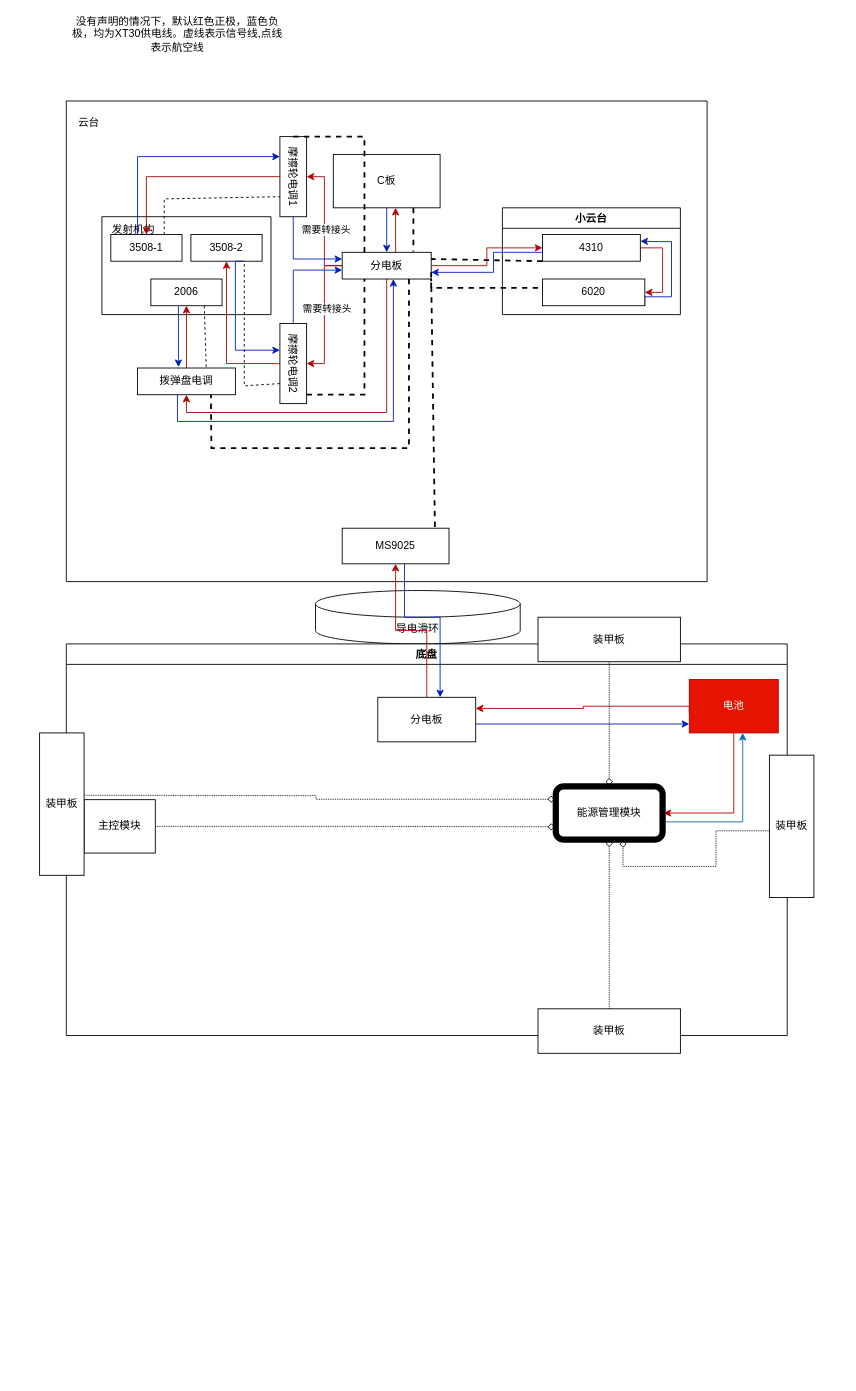
This is 步兵接线图.drawio from moment-NEW/HDU_basic_framework, a draw.io file, before an edit. Source tidied: cells renumbered, new cells numbered last; positions are measured from the earlier drawing's top-left corner, leaving out a move shared by most shapes. Both pictures are drawn from the tidied source at 89%, with x=0, y=0 at pixel (39, 20).
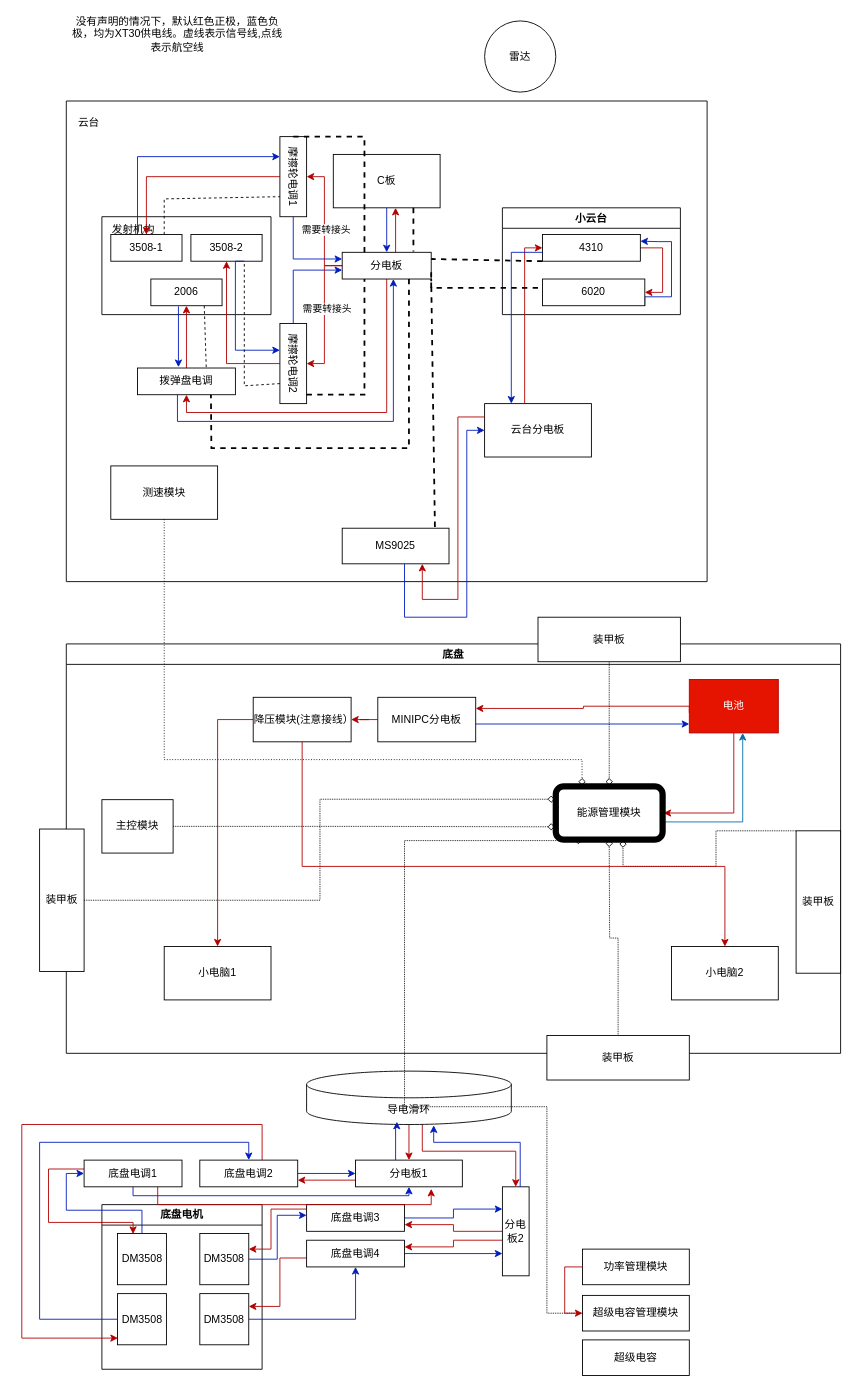
The same page after the edit.

Commit message (it also covers changes not shown here):
更新步兵接线图.drawio

The change refers to these unchanged cells:
```xml
<mxCell id="3" style="swimlane;startSize=0;" parent="1" vertex="1">
  <mxGeometry x="30" y="90" width="720" height="540" as="geometry" />
</mxCell>
<mxCell id="13" value="4310" style="whiteSpace=wrap;html=1;" parent="11" vertex="1">
  <mxGeometry x="45" y="30" width="110" height="30" as="geometry" />
</mxCell>
<mxCell id="31" value="MS9025" style="whiteSpace=wrap;html=1;" parent="3" vertex="1">
  <mxGeometry x="310" y="480" width="120" height="40" as="geometry" />
</mxCell>
<mxCell id="39" value="分电板" style="whiteSpace=wrap;html=1;" parent="1" vertex="1">
  <mxGeometry x="340" y="260" width="100" height="30" as="geometry" />
</mxCell>
<mxCell id="56" value="能源管理模块" style="rounded=1;whiteSpace=wrap;html=1;glass=0;strokeWidth=7;perimeterSpacing=1;" parent="49" vertex="1">
  <mxGeometry x="550" y="160" width="120" height="60" as="geometry" />
</mxCell>
```

The edit, as a diff of the source:
```diff
@@
+    <mxCell id="70" style="edgeStyle=orthogonalEdgeStyle;rounded=0;jettySize=auto;html=1;entryX=0.5;entryY=0;entryDx=0;entryDy=0;fillColor=#e51400;strokeColor=#B20000;" parent="1" edge="1" source="2" target="107">
+      <mxGeometry relative="1" as="geometry" />
+    </mxCell>
+    <mxCell id="71" style="edgeStyle=orthogonalEdgeStyle;rounded=0;jettySize=auto;html=1;fillColor=#e51400;strokeColor=#B20000;" parent="1" edge="1" source="2" target="102">
+      <mxGeometry relative="1" as="geometry">
+        <Array as="points">
+          <mxPoint x="430" y="1270" />
+          <mxPoint x="535" y="1270" />
+        </Array>
+      </mxGeometry>
+    </mxCell>
     <mxCell id="2" value="导电滑环" style="shape=cylinder3;whiteSpace=wrap;html=1;boundedLbl=1;backgroundOutline=1;size=15;" parent="1" vertex="1">
-      <mxGeometry x="310" y="640" width="230" height="60" as="geometry" />
+      <mxGeometry x="300" y="1180" width="230" height="60" as="geometry" />
     </mxCell>
@@
+    <mxCell id="72" value="测速模块" style="whiteSpace=wrap;html=1;" parent="3" vertex="1">
+      <mxGeometry x="50" y="410" width="120" height="60" as="geometry" />
+    </mxCell>
+    <mxCell id="73" value="云台分电板" style="whiteSpace=wrap;html=1;" parent="3" vertex="1">
+      <mxGeometry x="470" y="340" width="120" height="60" as="geometry" />
+    </mxCell>
+    <mxCell id="36" style="edgeStyle=orthogonalEdgeStyle;rounded=0;jettySize=auto;html=1;entryX=0;entryY=0.5;entryDx=0;entryDy=0;fillColor=#e51400;strokeColor=#B20000;" parent="3" edge="1" target="13">
+      <mxGeometry relative="1" as="geometry">
+        <mxPoint x="515" y="340" as="sourcePoint" />
+        <Array as="points">
+          <mxPoint x="515" y="340" />
+          <mxPoint x="515" y="165" />
+        </Array>
+      </mxGeometry>
+    </mxCell>
+    <mxCell id="41" style="edgeStyle=orthogonalEdgeStyle;rounded=0;jettySize=auto;html=1;fillColor=#0050ef;strokeColor=#001DBC;" parent="3" edge="1" source="13">
+      <mxGeometry relative="1" as="geometry">
+        <mxPoint x="500" y="340" as="targetPoint" />
+        <Array as="points">
+          <mxPoint x="500" y="170" />
+        </Array>
+      </mxGeometry>
+    </mxCell>
+    <mxCell id="62" style="edgeStyle=orthogonalEdgeStyle;rounded=0;jettySize=auto;html=1;fillColor=#0050ef;strokeColor=#001DBC;entryX=0;entryY=0.5;entryDx=0;entryDy=0;" parent="3" edge="1" source="31" target="73">
+      <mxGeometry relative="1" as="geometry">
+        <Array as="points">
+          <mxPoint x="380" y="580" />
+          <mxPoint x="450" y="580" />
+          <mxPoint x="450" y="370" />
+        </Array>
+      </mxGeometry>
+    </mxCell>
+    <mxCell id="61" style="edgeStyle=orthogonalEdgeStyle;rounded=0;jettySize=auto;html=1;entryX=0.75;entryY=1;entryDx=0;entryDy=0;fillColor=#e51400;strokeColor=#B20000;exitX=0;exitY=0.25;exitDx=0;exitDy=0;" parent="3" edge="1" source="73" target="31">
+      <mxGeometry relative="1" as="geometry">
+        <Array as="points">
+          <mxPoint x="440" y="355" />
+          <mxPoint x="440" y="560" />
+          <mxPoint x="400" y="560" />
+        </Array>
+      </mxGeometry>
+    </mxCell>
@@
-    <mxCell id="36" style="edgeStyle=orthogonalEdgeStyle;rounded=0;jettySize=auto;html=1;entryX=0;entryY=0.5;entryDx=0;entryDy=0;fillColor=#e51400;strokeColor=#B20000;" parent="1" edge="1" source="39" target="13">
-      <mxGeometry relative="1" as="geometry" />
-    </mxCell>
@@
-    <mxCell id="41" style="edgeStyle=orthogonalEdgeStyle;rounded=0;jettySize=auto;html=1;entryX=1;entryY=0.75;entryDx=0;entryDy=0;fillColor=#0050ef;strokeColor=#001DBC;" parent="1" edge="1" source="13" target="39">
-      <mxGeometry relative="1" as="geometry">
-        <Array as="points">
-          <mxPoint x="510" y="260" />
-          <mxPoint x="510" y="283" />
-        </Array>
-      </mxGeometry>
-    </mxCell>
@@
     <mxCell id="49" value="底盘" style="swimlane;whiteSpace=wrap;html=1;" parent="1" vertex="1">
-      <mxGeometry x="30" y="700" width="810" height="440" as="geometry" />
+      <mxGeometry x="30" y="700" width="870" height="460" as="geometry" />
     </mxCell>
@@
+    <mxCell id="74" style="edgeStyle=orthogonalEdgeStyle;rounded=0;jettySize=auto;html=1;entryX=1;entryY=0.5;entryDx=0;entryDy=0;fillColor=#e51400;strokeColor=#B20000;" parent="49" edge="1" source="54" target="79">
+      <mxGeometry relative="1" as="geometry" />
+    </mxCell>
-    <mxCell id="54" value="分电板" style="whiteSpace=wrap;html=1;" parent="49" vertex="1">
+    <mxCell id="54" value="MINIPC分电板" style="whiteSpace=wrap;html=1;" parent="49" vertex="1">
       <mxGeometry x="350" y="60" width="110" height="50" as="geometry" />
     </mxCell>
@@
     <mxCell id="58" value="主控模块" style="rounded=0;whiteSpace=wrap;html=1;" parent="49" vertex="1">
-      <mxGeometry x="20" y="175" width="80" height="60" as="geometry" />
+      <mxGeometry x="40" y="175" width="80" height="60" as="geometry" />
     </mxCell>
@@
-    <mxCell id="60" value="装甲板" style="whiteSpace=wrap;html=1;" parent="49" vertex="1">
-      <mxGeometry x="530" y="410" width="160" height="50" as="geometry" />
-    </mxCell>
-    <mxCell id="61" style="edgeStyle=orthogonalEdgeStyle;rounded=0;jettySize=auto;html=1;entryX=0.5;entryY=1;entryDx=0;entryDy=0;fillColor=#e51400;strokeColor=#B20000;" parent="1" edge="1" source="54" target="31">
-      <mxGeometry relative="1" as="geometry" />
-    </mxCell>
-    <mxCell id="62" style="edgeStyle=orthogonalEdgeStyle;rounded=0;jettySize=auto;html=1;fillColor=#0050ef;strokeColor=#001DBC;" parent="1" edge="1" source="31">
-      <mxGeometry relative="1" as="geometry">
-        <mxPoint x="450" y="760" as="targetPoint" />
-        <Array as="points">
-          <mxPoint x="410" y="670" />
-          <mxPoint x="450" y="670" />
-        </Array>
-      </mxGeometry>
-    </mxCell>
+    <mxCell id="69" value="装甲板" style="whiteSpace=wrap;html=1;" parent="49" vertex="1">
+      <mxGeometry x="820" y="210" width="50" height="160" as="geometry" />
+    </mxCell>
+    <mxCell id="68" style="edgeStyle=orthogonalEdgeStyle;rounded=0;jettySize=auto;html=1;entryX=0.627;entryY=0.996;entryDx=0;entryDy=0;dashed=1;dashPattern=1 1;endArrow=diamond;endFill=0;entryPerimeter=0;" parent="49" edge="1" source="69" target="56">
+      <mxGeometry relative="1" as="geometry">
+        <Array as="points">
+          <mxPoint x="730" y="210" />
+          <mxPoint x="730" y="250" />
+          <mxPoint x="626" y="250" />
+        </Array>
+      </mxGeometry>
+    </mxCell>
+    <mxCell id="67" value="装甲板" style="whiteSpace=wrap;html=1;" parent="49" vertex="1">
+      <mxGeometry x="-30" y="208" width="50" height="160" as="geometry" />
+    </mxCell>
+    <mxCell id="64" style="edgeStyle=orthogonalEdgeStyle;rounded=0;jettySize=auto;html=1;entryX=0;entryY=0.25;entryDx=0;entryDy=0;endArrow=diamond;endFill=0;dashed=1;dashPattern=1 1;exitX=1;exitY=0.5;exitDx=0;exitDy=0;" parent="49" edge="1" source="67" target="56">
+      <mxGeometry relative="1" as="geometry" />
+    </mxCell>
+    <mxCell id="75" value="小电脑1" style="whiteSpace=wrap;html=1;" parent="49" vertex="1">
+      <mxGeometry x="110" y="340" width="120" height="60" as="geometry" />
+    </mxCell>
+    <mxCell id="76" value="小电脑2" style="whiteSpace=wrap;html=1;" parent="49" vertex="1">
+      <mxGeometry x="680" y="340" width="120" height="60" as="geometry" />
+    </mxCell>
+    <mxCell id="77" style="edgeStyle=orthogonalEdgeStyle;rounded=0;jettySize=auto;html=1;entryX=0.5;entryY=0;entryDx=0;entryDy=0;fillColor=#e51400;strokeColor=#B20000;" parent="49" edge="1" source="79" target="75">
+      <mxGeometry relative="1" as="geometry">
+        <Array as="points">
+          <mxPoint x="170" y="85" />
+        </Array>
+      </mxGeometry>
+    </mxCell>
+    <mxCell id="78" style="edgeStyle=orthogonalEdgeStyle;rounded=0;jettySize=auto;html=1;entryX=0.5;entryY=0;entryDx=0;entryDy=0;exitX=0.5;exitY=1;exitDx=0;exitDy=0;fillColor=#e51400;strokeColor=#B20000;" parent="49" edge="1" source="79" target="76">
+      <mxGeometry relative="1" as="geometry">
+        <Array as="points">
+          <mxPoint x="265" y="250" />
+          <mxPoint x="740" y="250" />
+        </Array>
+      </mxGeometry>
+    </mxCell>
+    <mxCell id="79" value="降压模块(注意接线）" style="whiteSpace=wrap;html=1;" parent="49" vertex="1">
+      <mxGeometry x="210" y="60" width="110" height="50" as="geometry" />
+    </mxCell>
@@
-    <mxCell id="64" style="edgeStyle=orthogonalEdgeStyle;rounded=0;jettySize=auto;html=1;entryX=0;entryY=0.25;entryDx=0;entryDy=0;endArrow=diamond;endFill=0;dashed=1;dashPattern=1 1;" parent="1" edge="1" target="56">
-      <mxGeometry relative="1" as="geometry">
-        <mxPoint x="40" y="870" as="sourcePoint" />
-      </mxGeometry>
-    </mxCell>
@@
-    <mxCell id="67" value="装甲板" style="whiteSpace=wrap;html=1;" parent="1" vertex="1">
-      <mxGeometry y="800" width="50" height="160" as="geometry" />
-    </mxCell>
-    <mxCell id="68" style="edgeStyle=orthogonalEdgeStyle;rounded=0;jettySize=auto;html=1;entryX=0.627;entryY=0.996;entryDx=0;entryDy=0;dashed=1;dashPattern=1 1;endArrow=diamond;endFill=0;entryPerimeter=0;" parent="1" edge="1" source="69" target="56">
-      <mxGeometry relative="1" as="geometry">
-        <Array as="points">
-          <mxPoint x="760" y="910" />
-          <mxPoint x="760" y="950" />
-          <mxPoint x="656" y="950" />
-        </Array>
-      </mxGeometry>
-    </mxCell>
-    <mxCell id="69" value="装甲板" style="whiteSpace=wrap;html=1;" parent="1" vertex="1">
-      <mxGeometry x="820" y="825" width="50" height="160" as="geometry" />
-    </mxCell>
+    <mxCell id="60" value="装甲板" style="whiteSpace=wrap;html=1;" parent="1" vertex="1">
+      <mxGeometry x="570" y="1140" width="160" height="50" as="geometry" />
+    </mxCell>
+    <mxCell id="80" value="底盘电机" style="swimlane;whiteSpace=wrap;html=1;" parent="1" vertex="1">
+      <mxGeometry x="70" y="1330" width="180" height="185" as="geometry" />
+    </mxCell>
+    <mxCell id="81" value="DM3508" style="whiteSpace=wrap;html=1;" parent="80" vertex="1">
+      <mxGeometry x="17.5" y="32.5" width="55" height="57.5" as="geometry" />
+    </mxCell>
+    <mxCell id="82" value="DM3508" style="whiteSpace=wrap;html=1;" parent="80" vertex="1">
+      <mxGeometry x="110" y="32.5" width="55" height="57.5" as="geometry" />
+    </mxCell>
+    <mxCell id="83" value="DM3508" style="whiteSpace=wrap;html=1;" parent="80" vertex="1">
+      <mxGeometry x="17.5" y="100" width="55" height="57.5" as="geometry" />
+    </mxCell>
+    <mxCell id="84" value="DM3508" style="whiteSpace=wrap;html=1;" parent="80" vertex="1">
+      <mxGeometry x="110" y="100" width="55" height="57.5" as="geometry" />
+    </mxCell>
+    <mxCell id="85" style="edgeStyle=orthogonalEdgeStyle;rounded=0;jettySize=auto;html=1;fillColor=#0050ef;strokeColor=#001DBC;" parent="1" edge="1" source="84" target="88">
+      <mxGeometry relative="1" as="geometry">
+        <Array as="points">
+          <mxPoint x="355" y="1459" />
+        </Array>
+      </mxGeometry>
+    </mxCell>
+    <mxCell id="86" style="edgeStyle=orthogonalEdgeStyle;rounded=0;jettySize=auto;html=1;entryX=0;entryY=0.75;entryDx=0;entryDy=0;fillColor=#0050ef;strokeColor=#001DBC;" parent="1" edge="1" source="88" target="102">
+      <mxGeometry relative="1" as="geometry" />
+    </mxCell>
+    <mxCell id="87" style="edgeStyle=orthogonalEdgeStyle;rounded=0;jettySize=auto;html=1;entryX=1;entryY=0.25;entryDx=0;entryDy=0;fillColor=#e51400;strokeColor=#B20000;" parent="1" edge="1" source="88" target="84">
+      <mxGeometry relative="1" as="geometry">
+        <Array as="points">
+          <mxPoint x="270" y="1390" />
+          <mxPoint x="270" y="1444" />
+        </Array>
+      </mxGeometry>
+    </mxCell>
+    <mxCell id="88" value="底盘电调4" style="whiteSpace=wrap;html=1;" parent="1" vertex="1">
+      <mxGeometry x="300" y="1370" width="110" height="30" as="geometry" />
+    </mxCell>
+    <mxCell id="89" style="edgeStyle=orthogonalEdgeStyle;rounded=0;jettySize=auto;html=1;entryX=0;entryY=0.25;entryDx=0;entryDy=0;fillColor=#0050ef;strokeColor=#001DBC;" parent="1" edge="1" source="91" target="102">
+      <mxGeometry relative="1" as="geometry" />
+    </mxCell>
+    <mxCell id="90" style="edgeStyle=orthogonalEdgeStyle;rounded=0;jettySize=auto;html=1;fillColor=#e51400;strokeColor=#B20000;exitX=0.073;exitY=0.104;exitDx=0;exitDy=0;exitPerimeter=0;" parent="1" edge="1" source="91">
+      <mxGeometry relative="1" as="geometry">
+        <mxPoint x="235" y="1380" as="targetPoint" />
+        <Array as="points">
+          <mxPoint x="300" y="1333" />
+          <mxPoint x="300" y="1335" />
+          <mxPoint x="260" y="1335" />
+          <mxPoint x="260" y="1380" />
+        </Array>
+      </mxGeometry>
+    </mxCell>
+    <mxCell id="91" value="底盘电调3" style="whiteSpace=wrap;html=1;" parent="1" vertex="1">
+      <mxGeometry x="300" y="1330" width="110" height="30" as="geometry" />
+    </mxCell>
+    <mxCell id="92" style="edgeStyle=orthogonalEdgeStyle;rounded=0;jettySize=auto;html=1;fillColor=#e51400;strokeColor=#B20000;" parent="1" edge="1" source="95">
+      <mxGeometry relative="1" as="geometry">
+        <mxPoint x="105" y="1363" as="targetPoint" />
+        <Array as="points">
+          <mxPoint x="10" y="1290" />
+          <mxPoint x="10" y="1350" />
+          <mxPoint x="105" y="1350" />
+          <mxPoint x="105" y="1363" />
+        </Array>
+      </mxGeometry>
+    </mxCell>
+    <mxCell id="93" style="edgeStyle=orthogonalEdgeStyle;rounded=0;jettySize=auto;html=1;entryX=0.5;entryY=1;entryDx=0;entryDy=0;exitX=0.5;exitY=1;exitDx=0;exitDy=0;fillColor=#0050ef;strokeColor=#001DBC;" parent="1" edge="1" source="95" target="107">
+      <mxGeometry relative="1" as="geometry">
+        <Array as="points">
+          <mxPoint x="105" y="1320" />
+          <mxPoint x="415" y="1320" />
+        </Array>
+      </mxGeometry>
+    </mxCell>
+    <mxCell id="94" style="edgeStyle=orthogonalEdgeStyle;rounded=0;orthogonalLoop=1;jettySize=auto;html=1;entryX=0.707;entryY=1.076;entryDx=0;entryDy=0;exitX=0.75;exitY=1;exitDx=0;exitDy=0;entryPerimeter=0;fillColor=#e51400;strokeColor=#B20000;" parent="1" edge="1">
+      <mxGeometry relative="1" as="geometry">
+        <mxPoint x="132.7" y="1310" as="sourcePoint" />
+        <mxPoint x="440" y="1312.3" as="targetPoint" />
+        <Array as="points">
+          <mxPoint x="133" y="1330" />
+          <mxPoint x="440" y="1330" />
+        </Array>
+      </mxGeometry>
+    </mxCell>
+    <mxCell id="95" value="底盘电调1" style="whiteSpace=wrap;html=1;" parent="1" vertex="1">
+      <mxGeometry x="50" y="1280" width="110" height="30" as="geometry" />
+    </mxCell>
+    <mxCell id="96" style="edgeStyle=orthogonalEdgeStyle;rounded=0;jettySize=auto;html=1;fillColor=#e51400;strokeColor=#B20000;" parent="1" edge="1" source="98">
+      <mxGeometry relative="1" as="geometry">
+        <mxPoint x="88" y="1480" as="targetPoint" />
+        <Array as="points">
+          <mxPoint x="250" y="1240" />
+          <mxPoint x="-20" y="1240" />
+          <mxPoint x="-20" y="1480" />
+          <mxPoint x="87" y="1480" />
+        </Array>
+      </mxGeometry>
+    </mxCell>
+    <mxCell id="97" style="edgeStyle=orthogonalEdgeStyle;rounded=0;jettySize=auto;html=1;entryX=0;entryY=0.5;entryDx=0;entryDy=0;fillColor=#0050ef;strokeColor=#001DBC;" parent="1" edge="1" source="98" target="107">
+      <mxGeometry relative="1" as="geometry" />
+    </mxCell>
+    <mxCell id="98" value="底盘电调2" style="whiteSpace=wrap;html=1;" parent="1" vertex="1">
+      <mxGeometry x="180" y="1280" width="110" height="30" as="geometry" />
+    </mxCell>
+    <mxCell id="99" style="edgeStyle=orthogonalEdgeStyle;rounded=0;jettySize=auto;html=1;entryX=0.25;entryY=0;entryDx=0;entryDy=0;dashed=1;dashPattern=1 2;endArrow=diamond;endFill=0;" parent="1" edge="1" source="72" target="56">
+      <mxGeometry relative="1" as="geometry">
+        <Array as="points">
+          <mxPoint x="140" y="830" />
+          <mxPoint x="610" y="830" />
+        </Array>
+      </mxGeometry>
+    </mxCell>
+    <mxCell id="100" style="edgeStyle=orthogonalEdgeStyle;rounded=0;jettySize=auto;html=1;entryX=1;entryY=0.75;entryDx=0;entryDy=0;fillColor=#e51400;strokeColor=#B20000;" parent="1" edge="1" source="102" target="91">
+      <mxGeometry relative="1" as="geometry" />
+    </mxCell>
+    <mxCell id="101" style="edgeStyle=orthogonalEdgeStyle;rounded=0;jettySize=auto;html=1;entryX=1;entryY=0.25;entryDx=0;entryDy=0;fillColor=#e51400;strokeColor=#B20000;" parent="1" edge="1" source="102" target="88">
+      <mxGeometry relative="1" as="geometry">
+        <Array as="points">
+          <mxPoint x="465" y="1370" />
+          <mxPoint x="465" y="1378" />
+        </Array>
+      </mxGeometry>
+    </mxCell>
+    <mxCell id="102" value="分电板2" style="whiteSpace=wrap;html=1;" parent="1" vertex="1">
+      <mxGeometry x="520" y="1310" width="30" height="100" as="geometry" />
+    </mxCell>
+    <mxCell id="103" style="edgeStyle=orthogonalEdgeStyle;rounded=0;jettySize=auto;html=1;fillColor=#0050ef;strokeColor=#001DBC;" parent="1" edge="1" source="82">
+      <mxGeometry relative="1" as="geometry">
+        <mxPoint x="300" y="1342" as="targetPoint" />
+        <Array as="points">
+          <mxPoint x="267" y="1391" />
+          <mxPoint x="267" y="1342" />
+        </Array>
+      </mxGeometry>
+    </mxCell>
+    <mxCell id="104" style="edgeStyle=orthogonalEdgeStyle;rounded=0;jettySize=auto;html=1;entryX=0;entryY=0.5;entryDx=0;entryDy=0;fillColor=#0050ef;strokeColor=#001DBC;" parent="1" edge="1" source="81" target="95">
+      <mxGeometry relative="1" as="geometry" />
+    </mxCell>
+    <mxCell id="105" style="edgeStyle=orthogonalEdgeStyle;rounded=0;jettySize=auto;html=1;entryX=0.5;entryY=0;entryDx=0;entryDy=0;fillColor=#0050ef;strokeColor=#001DBC;" parent="1" edge="1" source="83" target="98">
+      <mxGeometry relative="1" as="geometry">
+        <Array as="points">
+          <mxPoint y="1459" />
+          <mxPoint y="1260" />
+          <mxPoint x="235" y="1260" />
+        </Array>
+      </mxGeometry>
+    </mxCell>
+    <mxCell id="106" style="edgeStyle=orthogonalEdgeStyle;rounded=0;jettySize=auto;html=1;entryX=1;entryY=0.75;entryDx=0;entryDy=0;fillColor=#e51400;strokeColor=#B20000;" parent="1" edge="1" source="107" target="98">
+      <mxGeometry relative="1" as="geometry">
+        <Array as="points">
+          <mxPoint x="323" y="1303" />
+        </Array>
+      </mxGeometry>
+    </mxCell>
+    <mxCell id="107" value="分电板1" style="whiteSpace=wrap;html=1;" parent="1" vertex="1">
+      <mxGeometry x="355" y="1280" width="120" height="30" as="geometry" />
+    </mxCell>
+    <mxCell id="108" style="edgeStyle=orthogonalEdgeStyle;rounded=0;jettySize=auto;html=1;entryX=0.441;entryY=0.947;entryDx=0;entryDy=0;entryPerimeter=0;fillColor=#0050ef;strokeColor=#001DBC;" parent="1" edge="1" source="107" target="2">
+      <mxGeometry relative="1" as="geometry">
+        <Array as="points">
+          <mxPoint x="400" y="1240" />
+          <mxPoint x="401" y="1240" />
+        </Array>
+      </mxGeometry>
+    </mxCell>
+    <mxCell id="109" style="edgeStyle=orthogonalEdgeStyle;rounded=0;jettySize=auto;html=1;entryX=0.621;entryY=1.015;entryDx=0;entryDy=0;entryPerimeter=0;fillColor=#0050ef;strokeColor=#001DBC;" parent="1" edge="1" source="102" target="2">
+      <mxGeometry relative="1" as="geometry">
+        <Array as="points">
+          <mxPoint x="540" y="1260" />
+          <mxPoint x="443" y="1260" />
+        </Array>
+      </mxGeometry>
+    </mxCell>
+    <mxCell id="110" value="雷达" style="ellipse;whiteSpace=wrap;html=1;" parent="1" vertex="1">
+      <mxGeometry x="500" width="80" height="80" as="geometry" />
+    </mxCell>
+    <mxCell id="111" value="超级电容" style="whiteSpace=wrap;html=1;" parent="1" vertex="1">
+      <mxGeometry x="610" y="1482" width="120" height="40" as="geometry" />
+    </mxCell>
+    <mxCell id="112" value="超级电容管理模块" style="whiteSpace=wrap;html=1;" parent="1" vertex="1">
+      <mxGeometry x="610" y="1432" width="120" height="40" as="geometry" />
+    </mxCell>
+    <mxCell id="113" value="功率管理模块" style="rounded=0;whiteSpace=wrap;html=1;" parent="1" vertex="1">
+      <mxGeometry x="610" y="1380" width="120" height="40" as="geometry" />
+    </mxCell>
+    <mxCell id="114" style="edgeStyle=orthogonalEdgeStyle;rounded=0;jettySize=auto;html=1;entryX=0.25;entryY=1;entryDx=0;entryDy=0;dashed=1;dashPattern=1 1;endArrow=diamond;endFill=0;" parent="1" edge="1" source="112" target="56">
+      <mxGeometry relative="1" as="geometry">
+        <Array as="points">
+          <mxPoint x="570" y="1452" />
+          <mxPoint x="570" y="1220" />
+          <mxPoint x="410" y="1220" />
+          <mxPoint x="410" y="921" />
+        </Array>
+      </mxGeometry>
+    </mxCell>
+    <mxCell id="115" style="edgeStyle=orthogonalEdgeStyle;rounded=0;jettySize=auto;html=1;entryX=0;entryY=0.5;entryDx=0;entryDy=0;exitX=0;exitY=0.5;exitDx=0;exitDy=0;fillColor=#e51400;strokeColor=#B20000;" parent="1" edge="1" source="113" target="112">
+      <mxGeometry relative="1" as="geometry" />
+    </mxCell>
```
